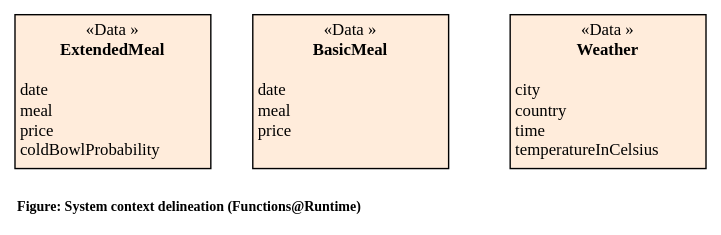
Before: doc/diagrams/domain-model-RT.drawio.svg, a diagram exported from draw.io (neshanjo/what2eat). Source tidied: cells renumbered, new cells last; positions are measured from the earlier drawing's top-left corner, leaving out a move shared by most shapes.
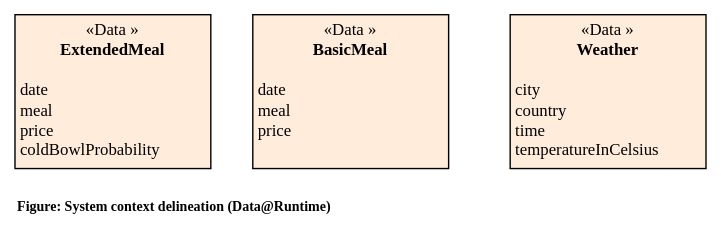
After the commit.

Diff of the diagram source:
```diff
@@ -11,7 +11,7 @@
     <mxCell id="4" value="&lt;p style=&quot;margin: 0px ; margin-top: 4px ; text-align: center&quot;&gt;&lt;font&gt;&lt;span class=&quot;char&quot;&gt;&lt;span class=&quot;vchar&quot; id=&quot;char-node&quot;&gt;«Data&lt;/span&gt;&lt;/span&gt;&lt;span class=&quot;char&quot;&gt;&lt;span class=&quot;vchar&quot; id=&quot;char-node&quot;&gt;»&lt;br&gt;&lt;/span&gt;&lt;/span&gt;&lt;/font&gt;&lt;/p&gt;&lt;div style=&quot;text-align: center&quot;&gt;&lt;b&gt;Weather&lt;/b&gt;&lt;/div&gt;&lt;div style=&quot;text-align: center&quot;&gt;&lt;br&gt;&lt;/div&gt;&lt;p style=&quot;margin: 0px 0px 0px 4px&quot;&gt;city&lt;/p&gt;&lt;p style=&quot;margin: 0px 0px 0px 4px&quot;&gt;country&lt;/p&gt;&lt;p style=&quot;margin: 0px 0px 0px 4px&quot;&gt;time&lt;/p&gt;&lt;p style=&quot;margin: 0px 0px 0px 4px&quot;&gt;temperatureInCelsius&lt;/p&gt;" style="verticalAlign=top;align=left;overflow=fill;fontSize=12;fontFamily=Verdana;html=1;fillColor=#FFECDB;spacingLeft=0;" parent="1" vertex="1">
       <mxGeometry x="354" width="140" height="110" as="geometry" />
     </mxCell>
-    <mxCell id="5" value="&lt;span style=&quot;font-family: &amp;#34;verdana&amp;#34; ; font-size: 10px&quot;&gt;Figure: System context delineation (Functions@Runtime)&lt;/span&gt;" style="text;html=1;strokeColor=none;fillColor=none;align=left;verticalAlign=middle;whiteSpace=wrap;rounded=0;fontStyle=1;" parent="1" vertex="1">
+    <mxCell id="5" value="&lt;span style=&quot;font-family: &amp;quot;verdana&amp;quot; ; font-size: 10px&quot;&gt;Figure: System context delineation (Data@Runtime)&lt;/span&gt;" style="text;html=1;strokeColor=none;fillColor=none;align=left;verticalAlign=middle;whiteSpace=wrap;rounded=0;fontStyle=1;" parent="1" vertex="1">
       <mxGeometry y="127" width="360" height="20" as="geometry" />
     </mxCell>
   </root>
```
